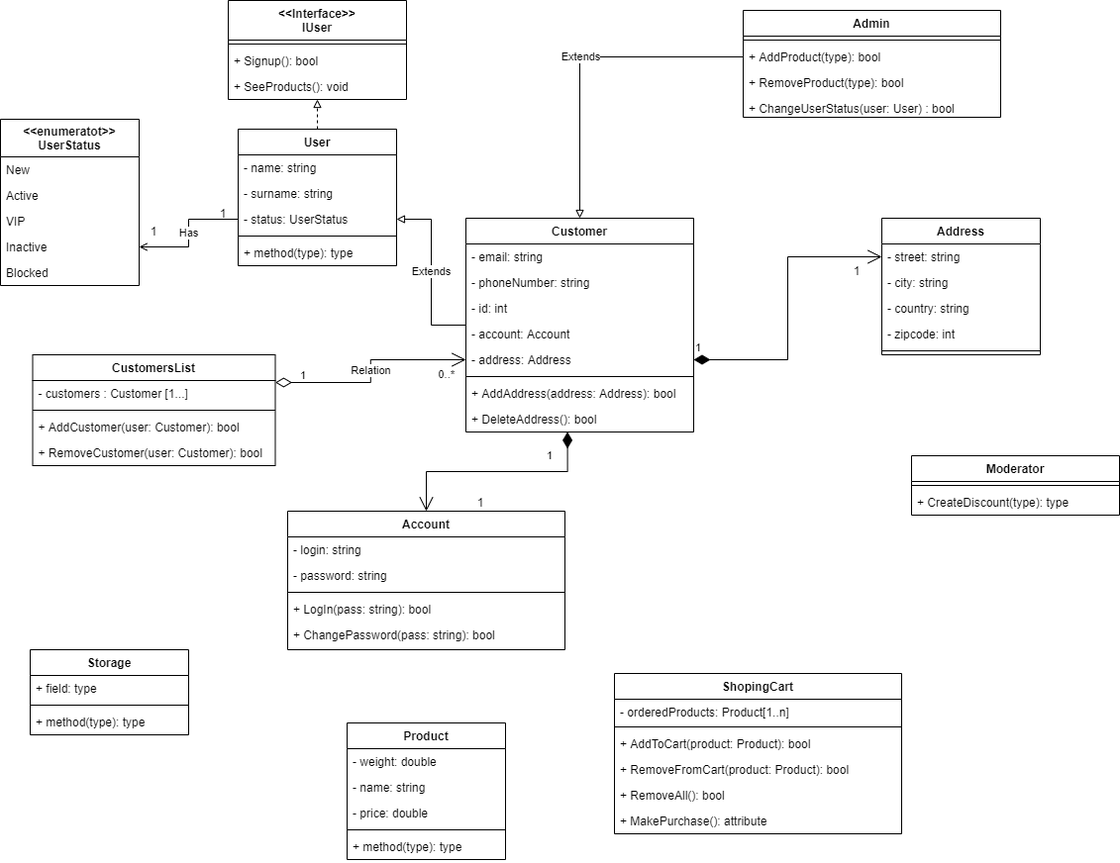
This is ShopConseptualUML.drawio.png from olh-msk/SigmaTask10, a draw.io export, as it was before one commit. Source tidied: cells renumbered, new cells last; positions are measured from the earlier drawing's top-left corner, leaving out a move shared by most shapes.
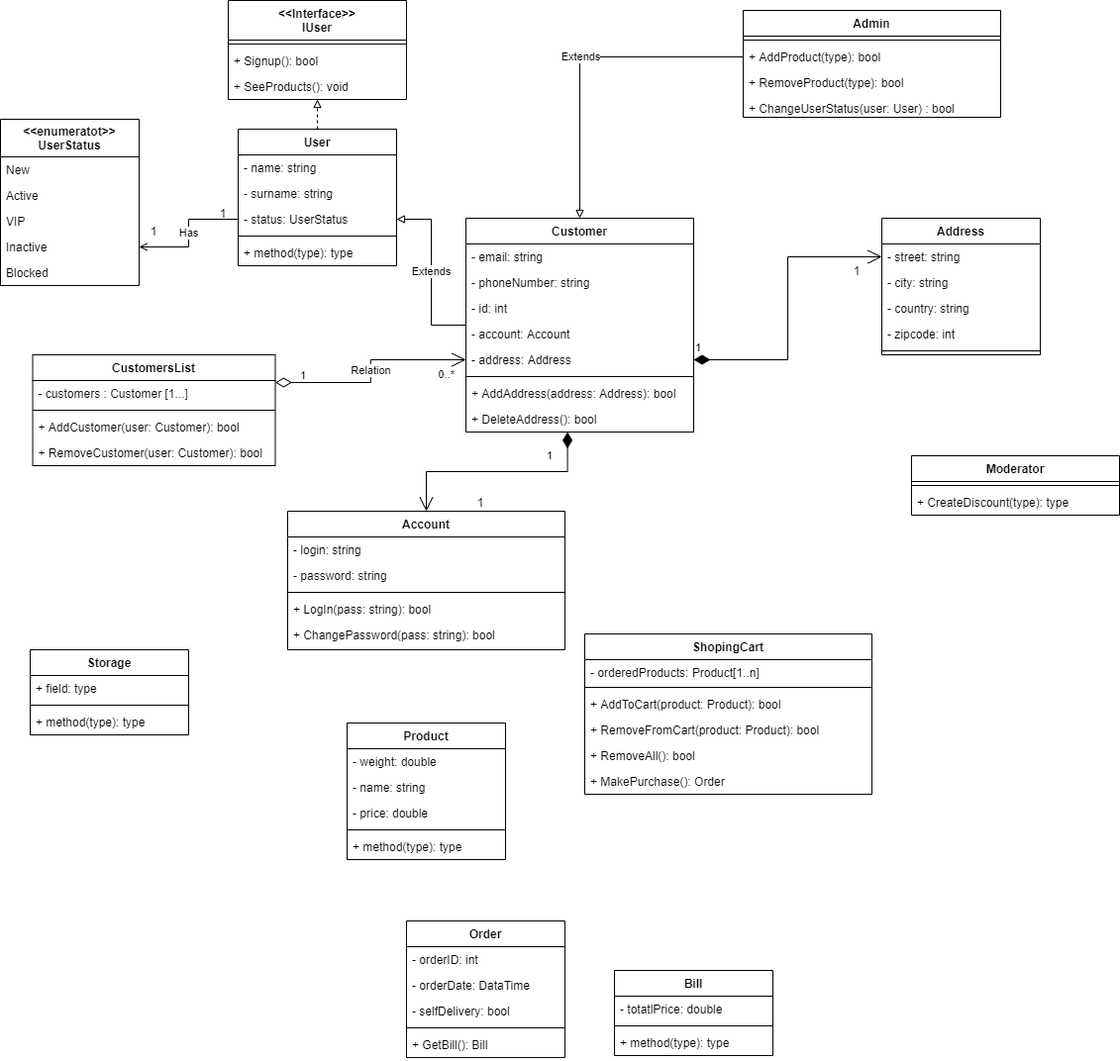
Above is the later version.

Change to the diagram source:
```diff
@@ -137,7 +137,7 @@
       <mxGeometry y="190" width="230" height="26" as="geometry" />
     </mxCell>
     <mxCell id="45" value="ShopingCart" style="swimlane;fontStyle=1;align=center;verticalAlign=top;horizontal=1;startSize=26;" parent="1" vertex="1">
-      <mxGeometry x="620" y="680" width="290" height="162" as="geometry" />
+      <mxGeometry x="590" y="640" width="290" height="162" as="geometry" />
     </mxCell>
     <mxCell id="46" value="- orderedProducts: Product[1..n]" style="text;strokeColor=none;fillColor=none;align=left;verticalAlign=top;spacingLeft=4;spacingRight=4;overflow=hidden;" parent="45" vertex="1">
       <mxGeometry y="26" width="290" height="24" as="geometry" />
@@ -154,7 +154,7 @@
     <mxCell id="50" value="+ RemoveAll(): bool" style="text;strokeColor=none;fillColor=none;align=left;verticalAlign=top;spacingLeft=4;spacingRight=4;overflow=hidden;" parent="45" vertex="1">
       <mxGeometry y="110" width="290" height="26" as="geometry" />
     </mxCell>
-    <mxCell id="51" value="+ MakePurchase(): attribute" style="text;strokeColor=none;fillColor=none;align=left;verticalAlign=top;spacingLeft=4;spacingRight=4;overflow=hidden;" parent="45" vertex="1">
+    <mxCell id="51" value="+ MakePurchase(): Order" style="text;strokeColor=none;fillColor=none;align=left;verticalAlign=top;spacingLeft=4;spacingRight=4;overflow=hidden;" parent="45" vertex="1">
       <mxGeometry y="136" width="290" height="26" as="geometry" />
     </mxCell>
     <mxCell id="52" value="&lt;&lt;enumeratot&gt;&gt;&#10;UserStatus" style="swimlane;fontStyle=1;horizontal=1;startSize=38;fillColor=none;" parent="1" vertex="1">
@@ -251,5 +251,35 @@
     <mxCell id="81" value="+ method(type): type" style="text;strokeColor=none;fillColor=none;align=left;verticalAlign=top;spacingLeft=4;spacingRight=4;overflow=hidden;" parent="76" vertex="1">
       <mxGeometry y="112" width="160" height="26" as="geometry" />
     </mxCell>
+    <mxCell id="82" value="Bill" style="swimlane;fontStyle=1;align=center;verticalAlign=top;horizontal=1;startSize=26;" parent="1" vertex="1">
+      <mxGeometry x="620" y="980" width="160" height="86" as="geometry" />
+    </mxCell>
+    <mxCell id="83" value="- totatlPrice: double" style="text;strokeColor=none;fillColor=none;align=left;verticalAlign=top;spacingLeft=4;spacingRight=4;overflow=hidden;" parent="82" vertex="1">
+      <mxGeometry y="26" width="160" height="26" as="geometry" />
+    </mxCell>
+    <mxCell id="84" style="line;strokeWidth=1;fillColor=none;align=left;verticalAlign=middle;spacingTop=-1;spacingLeft=3;spacingRight=3;labelPosition=right;" parent="82" vertex="1">
+      <mxGeometry y="52" width="160" height="8" as="geometry" />
+    </mxCell>
+    <mxCell id="85" value="+ method(type): type" style="text;strokeColor=none;fillColor=none;align=left;verticalAlign=top;spacingLeft=4;spacingRight=4;overflow=hidden;" parent="82" vertex="1">
+      <mxGeometry y="60" width="160" height="26" as="geometry" />
+    </mxCell>
+    <mxCell id="86" value="Order" style="swimlane;fontStyle=1;align=center;verticalAlign=top;horizontal=1;startSize=26;" parent="1" vertex="1">
+      <mxGeometry x="410" y="930" width="160" height="138" as="geometry" />
+    </mxCell>
+    <mxCell id="87" value="- orderID: int" style="text;strokeColor=none;fillColor=none;align=left;verticalAlign=top;spacingLeft=4;spacingRight=4;overflow=hidden;" parent="86" vertex="1">
+      <mxGeometry y="26" width="160" height="26" as="geometry" />
+    </mxCell>
+    <mxCell id="88" value="- orderDate: DataTime" style="text;strokeColor=none;fillColor=none;align=left;verticalAlign=top;spacingLeft=4;spacingRight=4;overflow=hidden;" parent="86" vertex="1">
+      <mxGeometry y="52" width="160" height="26" as="geometry" />
+    </mxCell>
+    <mxCell id="89" value="- selfDelivery: bool" style="text;strokeColor=none;fillColor=none;align=left;verticalAlign=top;spacingLeft=4;spacingRight=4;overflow=hidden;" parent="86" vertex="1">
+      <mxGeometry y="78" width="160" height="26" as="geometry" />
+    </mxCell>
+    <mxCell id="90" style="line;strokeWidth=1;fillColor=none;align=left;verticalAlign=middle;spacingTop=-1;spacingLeft=3;spacingRight=3;labelPosition=right;" parent="86" vertex="1">
+      <mxGeometry y="104" width="160" height="8" as="geometry" />
+    </mxCell>
+    <mxCell id="91" value="+ GetBill(): Bill" style="text;strokeColor=none;fillColor=none;align=left;verticalAlign=top;spacingLeft=4;spacingRight=4;overflow=hidden;" parent="86" vertex="1">
+      <mxGeometry y="112" width="160" height="26" as="geometry" />
+    </mxCell>
   </root>
 </mxGraphModel>
```
